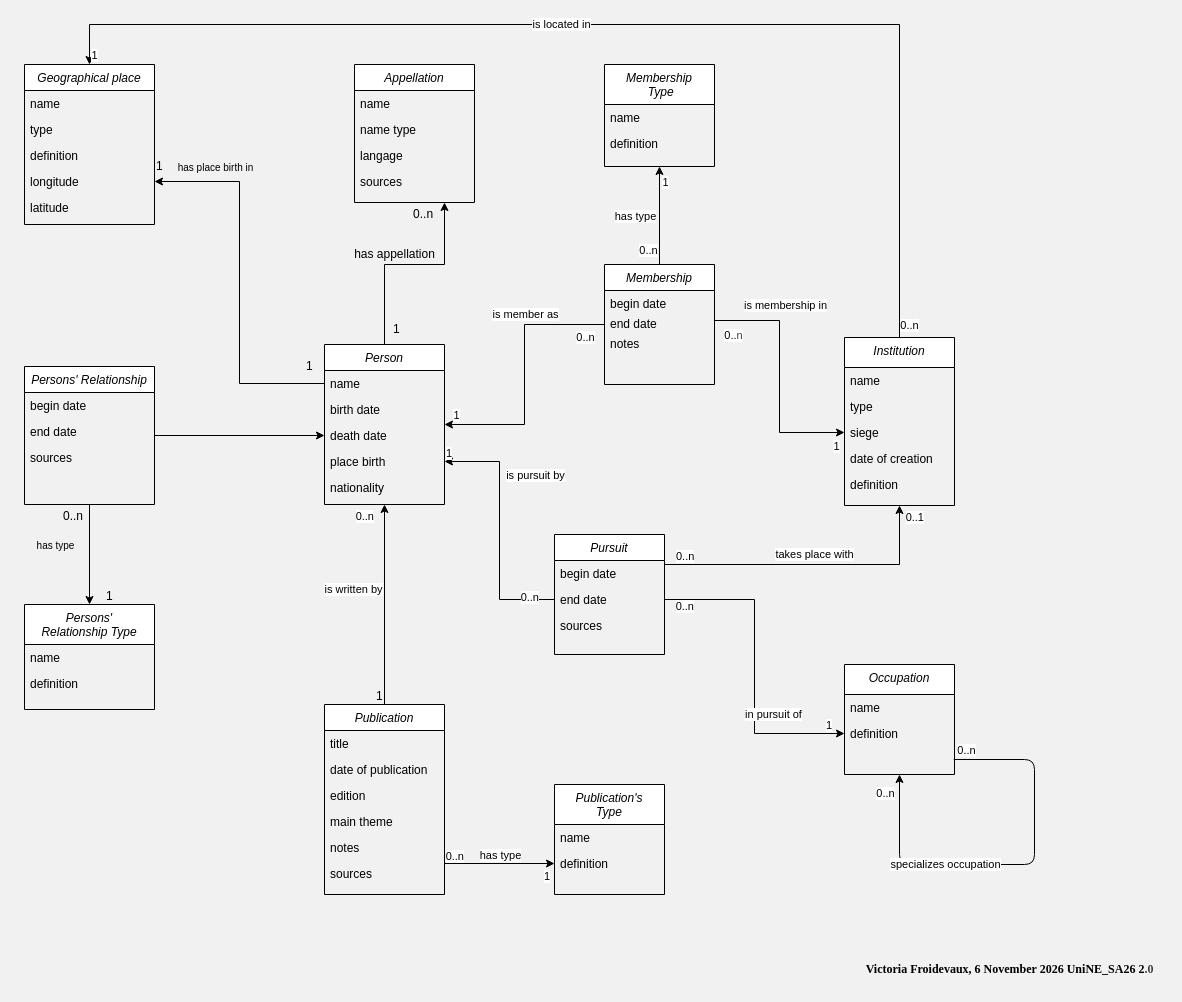
Above: document.drawio in t4sj56bd5r-dev/Historiens-CH-et-FR-du-19e (draw.io), before the change. Source tidied: cells renumbered, new cells numbered last; positions are measured from the earlier drawing's top-left corner, leaving out a move shared by most shapes. Both pictures are drawn from the tidied source at 100%, with x=0, y=0 at pixel (24, 24).
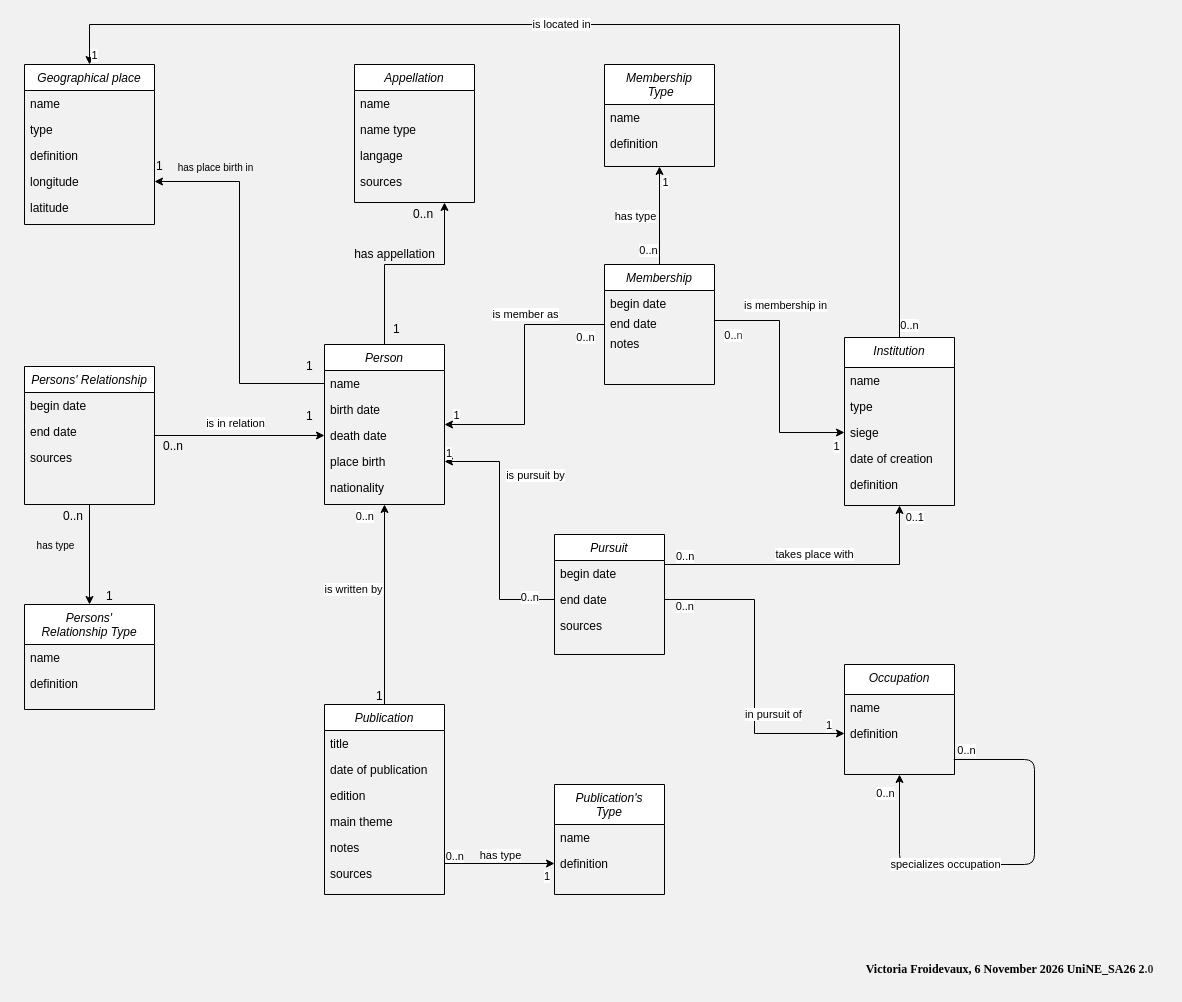
After the change.

Unchanged cells that the change refers to:
```xml
<mxCell id="14" style="endArrow=classic;shadow=0;strokeWidth=1;rounded=0;endFill=1;edgeStyle=elbowEdgeStyle;elbow=vertical;exitX=0.5;exitY=0;exitDx=0;exitDy=0;entryX=0.75;entryY=1;entryDx=0;entryDy=0;" parent="1" edge="1" source="3" target="9">
  <mxGeometry x="0.5" y="41" relative="1" as="geometry">
    <Array as="points">
      <mxPoint x="390" y="240" />
    </Array>
    <mxPoint x="-40" y="32" as="offset" />
  </mxGeometry>
</mxCell>
<mxCell id="31" style="endArrow=none;html=1;exitX=1;exitY=0.5;exitDx=0;exitDy=0;entryX=0;entryY=0.5;entryDx=0;entryDy=0;endFill=0;startArrow=classic;startFill=1;rounded=0;edgeStyle=orthogonalEdgeStyle;" parent="1" edge="1" source="7" target="45">
  <mxGeometry relative="1" as="geometry" />
</mxCell>
```

Change to the diagram source:
```diff
@@
+    <mxCell id="114" value="0..n" style="align=right;verticalAlign=bottom;labelBackgroundColor=none;fontSize=12;" parent="14" vertex="1">
+      <mxGeometry x="1" relative="1" as="geometry">
+        <mxPoint x="-260" y="252" as="offset" />
+      </mxGeometry>
+    </mxCell>
+    <mxCell id="115" value="1" style="align=left;verticalAlign=bottom;labelBackgroundColor=none;fontSize=12;" parent="14" vertex="1">
+      <mxGeometry x="-1" relative="1" as="geometry">
+        <mxPoint x="-80" y="80" as="offset" />
+      </mxGeometry>
+    </mxCell>
@@
+    <mxCell id="116" value="is in relation" style="edgeLabel;html=1;align=center;verticalAlign=middle;" parent="31" vertex="1">
+      <mxGeometry x="-0.13" relative="1" as="geometry">
+        <mxPoint x="-265" y="-92" as="offset" />
+      </mxGeometry>
+    </mxCell>
```
